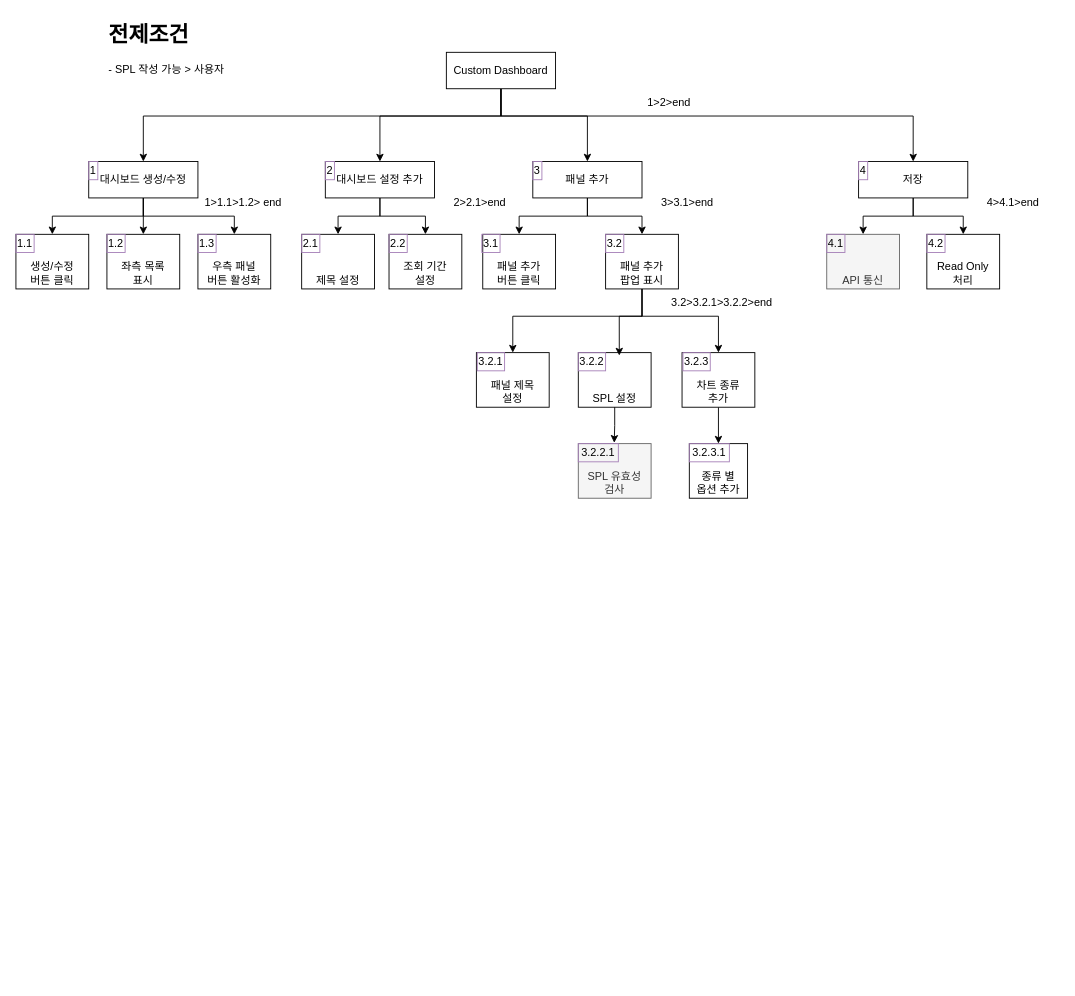
Above: Neighbor System/customPanel.drawio in goonle/my-obsidian-repo (draw.io), before the change. Source tidied: cells renumbered, new cells numbered last; positions are measured from the earlier drawing's top-left corner, leaving out a move shared by most shapes. Both pictures are drawn from the tidied source at 91%, with x=0, y=0 at pixel (15, 15).
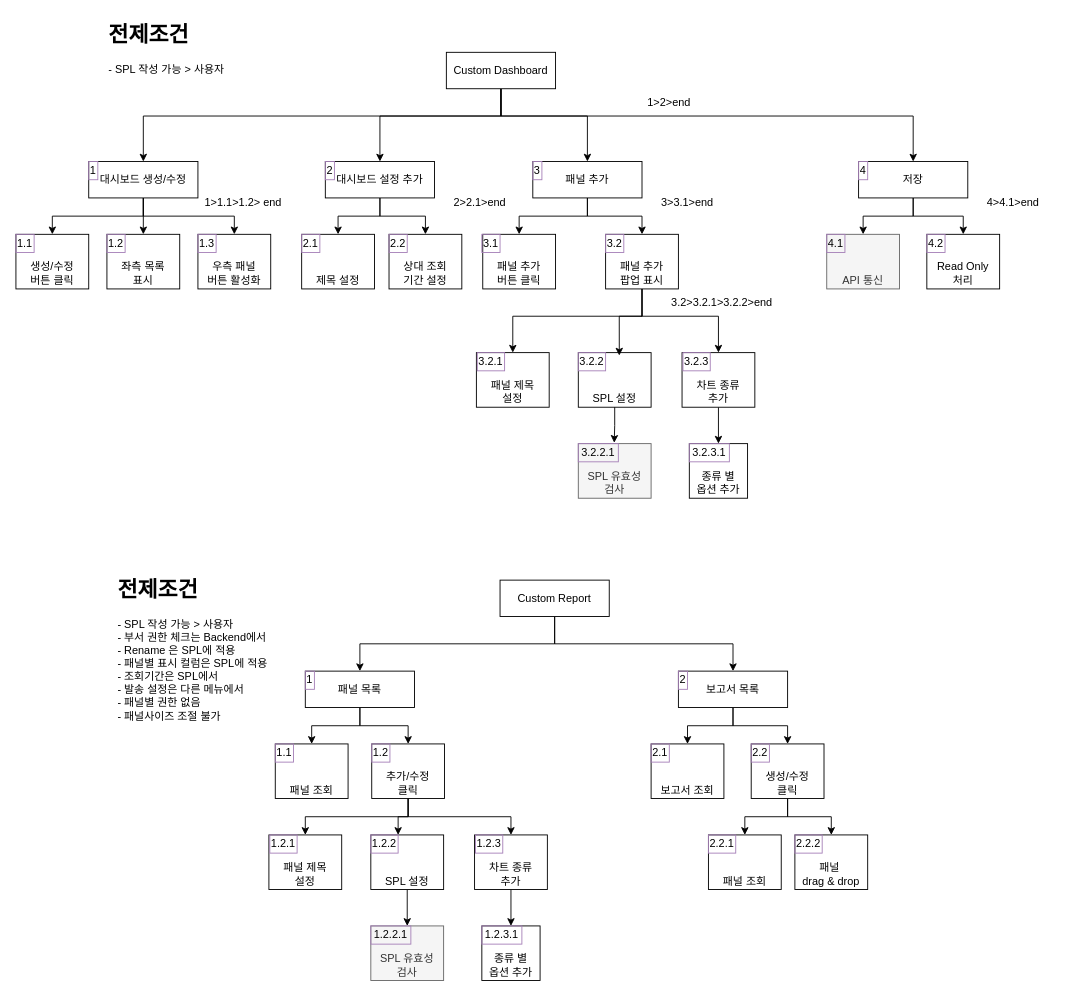
The same diagram, later.

Commit message:
customPanel-report

What changed in the source:
```diff
@@
-    <mxCell id="58" value="조회 기간&lt;div&gt;설정&lt;/div&gt;" style="rounded=0;whiteSpace=wrap;html=1;verticalAlign=bottom;" parent="1" vertex="1">
+    <mxCell id="58" value="상대 조회 &lt;br&gt;기간&amp;nbsp;&lt;span style=&quot;background-color: initial;&quot;&gt;설정&lt;/span&gt;" style="rounded=0;whiteSpace=wrap;html=1;verticalAlign=bottom;" parent="1" vertex="1">
       <mxGeometry x="410" y="240" width="80" height="60" as="geometry" />
     </mxCell>
@@
+    <mxCell id="64" style="edgeStyle=orthogonalEdgeStyle;rounded=0;jettySize=auto;html=1;" parent="1" edge="1" source="66" target="72">
+      <mxGeometry relative="1" as="geometry">
+        <Array as="points">
+          <mxPoint x="592" y="690" />
+          <mxPoint x="378" y="690" />
+        </Array>
+      </mxGeometry>
+    </mxCell>
+    <mxCell id="65" style="edgeStyle=orthogonalEdgeStyle;rounded=0;jettySize=auto;html=1;" parent="1" edge="1" source="66" target="69">
+      <mxGeometry relative="1" as="geometry">
+        <Array as="points">
+          <mxPoint x="592" y="690" />
+          <mxPoint x="788" y="690" />
+        </Array>
+      </mxGeometry>
+    </mxCell>
+    <mxCell id="66" value="Custom Report" style="rounded=0;whiteSpace=wrap;html=1;" parent="1" vertex="1">
+      <mxGeometry x="532" y="620" width="120" height="40" as="geometry" />
+    </mxCell>
+    <mxCell id="67" style="edgeStyle=orthogonalEdgeStyle;rounded=0;jettySize=auto;html=1;" parent="1" edge="1" source="69" target="85">
+      <mxGeometry relative="1" as="geometry" />
+    </mxCell>
+    <mxCell id="68" style="edgeStyle=orthogonalEdgeStyle;rounded=0;jettySize=auto;html=1;entryX=0.5;entryY=0;entryDx=0;entryDy=0;" parent="1" edge="1" source="69" target="88">
+      <mxGeometry relative="1" as="geometry" />
+    </mxCell>
+    <mxCell id="69" value="보고서 목록" style="rounded=0;whiteSpace=wrap;html=1;" parent="1" vertex="1">
+      <mxGeometry x="728" y="720" width="120" height="40" as="geometry" />
+    </mxCell>
+    <mxCell id="70" style="edgeStyle=orthogonalEdgeStyle;rounded=0;jettySize=auto;html=1;" parent="1" edge="1" source="72" target="89">
+      <mxGeometry relative="1" as="geometry" />
+    </mxCell>
+    <mxCell id="71" style="edgeStyle=orthogonalEdgeStyle;rounded=0;jettySize=auto;html=1;entryX=0.5;entryY=0;entryDx=0;entryDy=0;" parent="1" edge="1" source="72" target="93">
+      <mxGeometry relative="1" as="geometry" />
+    </mxCell>
+    <mxCell id="72" value="패널 목록" style="rounded=0;whiteSpace=wrap;html=1;" parent="1" vertex="1">
+      <mxGeometry x="318" y="720" width="120" height="40" as="geometry" />
+    </mxCell>
+    <mxCell id="73" style="edgeStyle=orthogonalEdgeStyle;rounded=0;jettySize=auto;html=1;entryX=0.5;entryY=0;entryDx=0;entryDy=0;" parent="1" edge="1" source="74" target="81">
+      <mxGeometry relative="1" as="geometry" />
+    </mxCell>
+    <mxCell id="74" value="SPL 설정" style="rounded=0;whiteSpace=wrap;html=1;verticalAlign=bottom;" parent="1" vertex="1">
+      <mxGeometry x="390" y="900" width="80" height="60" as="geometry" />
+    </mxCell>
+    <mxCell id="75" style="edgeStyle=orthogonalEdgeStyle;rounded=0;jettySize=auto;html=1;entryX=0.5;entryY=0;entryDx=0;entryDy=0;" parent="1" edge="1" source="76" target="82">
+      <mxGeometry relative="1" as="geometry" />
+    </mxCell>
+    <mxCell id="76" value="차트 종류 &lt;br&gt;추가" style="rounded=0;whiteSpace=wrap;html=1;verticalAlign=bottom;" parent="1" vertex="1">
+      <mxGeometry x="504" y="900" width="80" height="60" as="geometry" />
+    </mxCell>
+    <mxCell id="77" value="패널 제목 &lt;br&gt;설정" style="rounded=0;whiteSpace=wrap;html=1;verticalAlign=bottom;" parent="1" vertex="1">
+      <mxGeometry x="278" y="900" width="80" height="60" as="geometry" />
+    </mxCell>
+    <mxCell id="78" value="1.2.1" style="text;html=1;align=center;verticalAlign=middle;whiteSpace=wrap;rounded=0;strokeColor=#A680B8;" parent="1" vertex="1">
+      <mxGeometry x="279" y="900" width="30" height="20" as="geometry" />
+    </mxCell>
+    <mxCell id="79" value="1.2.2" style="text;html=1;align=center;verticalAlign=middle;whiteSpace=wrap;rounded=0;strokeColor=#A680B8;" parent="1" vertex="1">
+      <mxGeometry x="390" y="900" width="30" height="20" as="geometry" />
+    </mxCell>
+    <mxCell id="80" value="1.2.3" style="text;html=1;align=center;verticalAlign=middle;whiteSpace=wrap;rounded=0;strokeColor=#A680B8;" parent="1" vertex="1">
+      <mxGeometry x="505" y="900" width="30" height="20" as="geometry" />
+    </mxCell>
+    <mxCell id="81" value="SPL 유효성&lt;div&gt;검사&lt;/div&gt;" style="rounded=0;whiteSpace=wrap;html=1;fillColor=#f5f5f5;fontColor=#333333;strokeColor=#666666;verticalAlign=bottom;" parent="1" vertex="1">
+      <mxGeometry x="390" y="1000" width="80" height="60" as="geometry" />
+    </mxCell>
+    <mxCell id="82" value="종류 별&lt;br&gt;옵션 추가" style="rounded=0;whiteSpace=wrap;html=1;verticalAlign=bottom;" parent="1" vertex="1">
+      <mxGeometry x="512" y="1000" width="64" height="60" as="geometry" />
+    </mxCell>
+    <mxCell id="83" value="1.2.3.1" style="text;html=1;align=center;verticalAlign=middle;whiteSpace=wrap;rounded=0;strokeColor=#A680B8;" parent="1" vertex="1">
+      <mxGeometry x="512" y="1000" width="44" height="20" as="geometry" />
+    </mxCell>
+    <mxCell id="84" value="&lt;h1 style=&quot;margin-top: 0px;&quot;&gt;전제조건&lt;/h1&gt;&lt;p&gt;- SPL 작성 가능 &amp;gt; 사용자&lt;br&gt;- 부서 권한 체크는 Backend에서&lt;br&gt;- Rename 은 SPL에 적용&lt;br&gt;- 패널별 표시 컬럼은 SPL에 적용&lt;br&gt;- 조회기간은 SPL에서&lt;br&gt;- 발송 설정은 다른 메뉴에서&lt;br&gt;- 패널별 권한 없음&lt;br&gt;- 패널사이즈 조절 불가&lt;/p&gt;" style="text;html=1;whiteSpace=wrap;overflow=hidden;rounded=0;" parent="1" vertex="1">
+      <mxGeometry x="110" y="610" width="200" height="190" as="geometry" />
+    </mxCell>
+    <mxCell id="85" value="보고서 조회" style="rounded=0;whiteSpace=wrap;html=1;verticalAlign=bottom;" parent="1" vertex="1">
+      <mxGeometry x="698" y="800" width="80" height="60" as="geometry" />
+    </mxCell>
+    <mxCell id="86" style="edgeStyle=orthogonalEdgeStyle;rounded=0;jettySize=auto;html=1;entryX=0.5;entryY=0;entryDx=0;entryDy=0;" parent="1" edge="1" source="88" target="94">
+      <mxGeometry relative="1" as="geometry" />
+    </mxCell>
+    <mxCell id="87" style="edgeStyle=orthogonalEdgeStyle;rounded=0;jettySize=auto;html=1;entryX=0.5;entryY=0;entryDx=0;entryDy=0;" parent="1" edge="1" source="88" target="95">
+      <mxGeometry relative="1" as="geometry" />
+    </mxCell>
+    <mxCell id="88" value="생성/수정&lt;br&gt;클릭" style="rounded=0;whiteSpace=wrap;html=1;verticalAlign=bottom;" parent="1" vertex="1">
+      <mxGeometry x="808" y="800" width="80" height="60" as="geometry" />
+    </mxCell>
+    <mxCell id="89" value="패널 조회" style="rounded=0;whiteSpace=wrap;html=1;verticalAlign=bottom;" parent="1" vertex="1">
+      <mxGeometry x="285" y="800" width="80" height="60" as="geometry" />
+    </mxCell>
+    <mxCell id="90" style="edgeStyle=orthogonalEdgeStyle;rounded=0;jettySize=auto;html=1;entryX=1;entryY=0;entryDx=0;entryDy=0;" parent="1" edge="1" source="93" target="79">
+      <mxGeometry relative="1" as="geometry" />
+    </mxCell>
+    <mxCell id="91" style="edgeStyle=orthogonalEdgeStyle;rounded=0;jettySize=auto;html=1;entryX=0.5;entryY=0;entryDx=0;entryDy=0;" parent="1" edge="1" source="93" target="76">
+      <mxGeometry relative="1" as="geometry">
+        <Array as="points">
+          <mxPoint x="431" y="880" />
+          <mxPoint x="544" y="880" />
+        </Array>
+      </mxGeometry>
+    </mxCell>
+    <mxCell id="92" style="edgeStyle=orthogonalEdgeStyle;rounded=0;jettySize=auto;html=1;" parent="1" edge="1" source="93" target="77">
+      <mxGeometry relative="1" as="geometry">
+        <Array as="points">
+          <mxPoint x="431" y="880" />
+          <mxPoint x="318" y="880" />
+        </Array>
+      </mxGeometry>
+    </mxCell>
+    <mxCell id="93" value="추가/수정&lt;br&gt;클릭" style="rounded=0;whiteSpace=wrap;html=1;verticalAlign=bottom;" parent="1" vertex="1">
+      <mxGeometry x="391" y="800" width="80" height="60" as="geometry" />
+    </mxCell>
+    <mxCell id="94" value="패널 조회" style="rounded=0;whiteSpace=wrap;html=1;verticalAlign=bottom;" parent="1" vertex="1">
+      <mxGeometry x="761" y="900" width="80" height="60" as="geometry" />
+    </mxCell>
+    <mxCell id="95" value="패널&amp;nbsp;&lt;div&gt;drag &amp;amp; drop&lt;/div&gt;" style="rounded=0;whiteSpace=wrap;html=1;verticalAlign=bottom;" parent="1" vertex="1">
+      <mxGeometry x="856" y="900" width="80" height="60" as="geometry" />
+    </mxCell>
+    <mxCell id="96" value="1" style="text;html=1;align=center;verticalAlign=middle;whiteSpace=wrap;rounded=0;strokeColor=#A680B8;" parent="1" vertex="1">
+      <mxGeometry x="318" y="720" width="10" height="20" as="geometry" />
+    </mxCell>
+    <mxCell id="97" value="2" style="text;html=1;align=center;verticalAlign=middle;whiteSpace=wrap;rounded=0;strokeColor=#A680B8;" parent="1" vertex="1">
+      <mxGeometry x="728" y="720" width="10" height="20" as="geometry" />
+    </mxCell>
+    <mxCell id="98" value="1.1" style="text;html=1;align=center;verticalAlign=middle;whiteSpace=wrap;rounded=0;strokeColor=#A680B8;" parent="1" vertex="1">
+      <mxGeometry x="285" y="800" width="20" height="20" as="geometry" />
+    </mxCell>
+    <mxCell id="99" value="1.2" style="text;html=1;align=center;verticalAlign=middle;whiteSpace=wrap;rounded=0;strokeColor=#A680B8;" parent="1" vertex="1">
+      <mxGeometry x="391" y="800" width="20" height="20" as="geometry" />
+    </mxCell>
+    <mxCell id="100" value="2.1" style="text;html=1;align=center;verticalAlign=middle;whiteSpace=wrap;rounded=0;strokeColor=#A680B8;" parent="1" vertex="1">
+      <mxGeometry x="698" y="800" width="20" height="20" as="geometry" />
+    </mxCell>
+    <mxCell id="101" value="2.2" style="text;html=1;align=center;verticalAlign=middle;whiteSpace=wrap;rounded=0;strokeColor=#A680B8;" parent="1" vertex="1">
+      <mxGeometry x="808" y="800" width="20" height="20" as="geometry" />
+    </mxCell>
+    <mxCell id="102" value="2.2.1" style="text;html=1;align=center;verticalAlign=middle;whiteSpace=wrap;rounded=0;strokeColor=#A680B8;" parent="1" vertex="1">
+      <mxGeometry x="761" y="900" width="30" height="20" as="geometry" />
+    </mxCell>
+    <mxCell id="103" value="2.2.2" style="text;html=1;align=center;verticalAlign=middle;whiteSpace=wrap;rounded=0;strokeColor=#A680B8;" parent="1" vertex="1">
+      <mxGeometry x="856" y="900" width="30" height="20" as="geometry" />
+    </mxCell>
+    <mxCell id="104" value="1.2.2.1" style="text;html=1;align=center;verticalAlign=middle;whiteSpace=wrap;rounded=0;strokeColor=#A680B8;" parent="1" vertex="1">
+      <mxGeometry x="390" y="1000" width="44" height="20" as="geometry" />
+    </mxCell>
```
